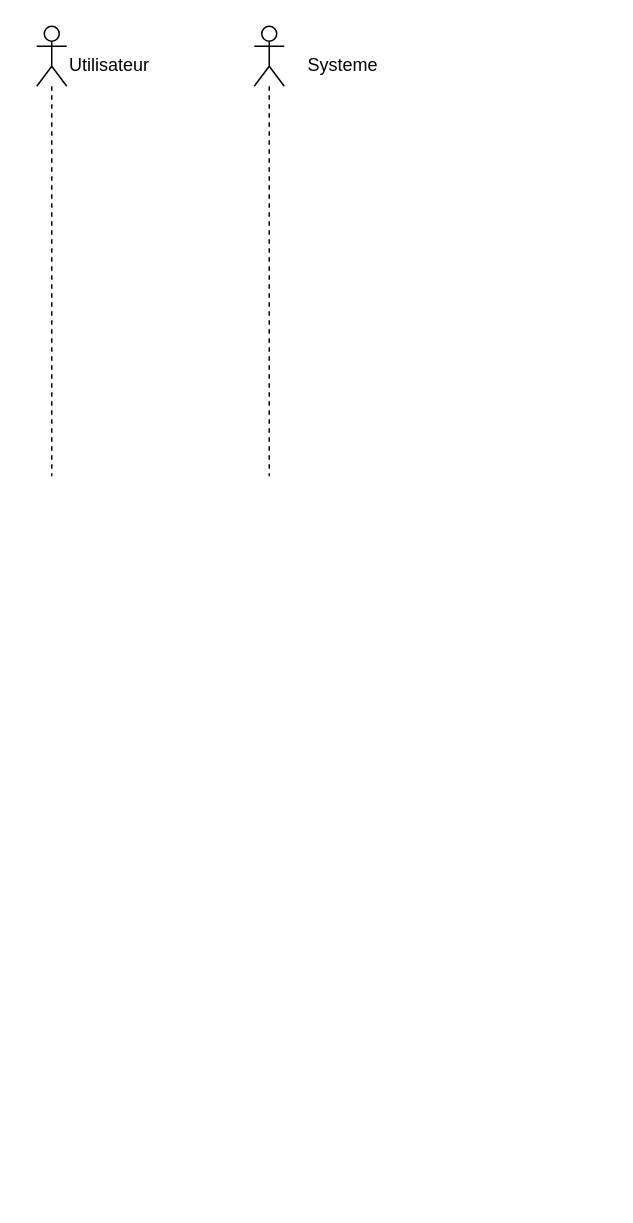
This is Projet VAPEUR.drawio from PorcTooGay/PROJET-VAPEUR-, a draw.io file, before an edit. Source tidied: cells renumbered, new cells numbered last; positions are measured from the earlier drawing's top-left corner, leaving out a move shared by most shapes. Both pictures are drawn from the tidied source at 150%, with x=0, y=0 at pixel (36, 26).
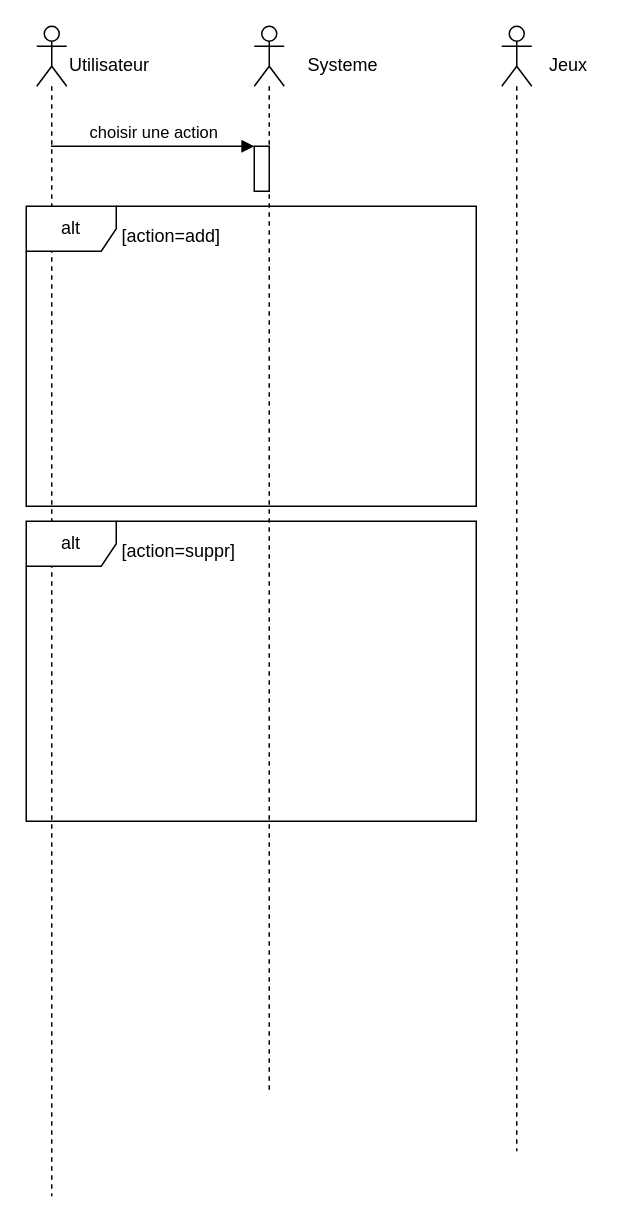
After the change.

Diff of the diagram source:
```diff
@@
 <mxGraphModel>
   <root>
     <mxCell id="0" />
     <mxCell id="1" parent="0" />
     <mxCell id="2" style="shape=umlLifeline;participant=umlActor;perimeter=lifelinePerimeter;whiteSpace=wrap;html=1;verticalAlign=top;spacingTop=36;labelBackgroundColor=#ffffff;outlineConnect=0;" parent="1" vertex="1">
-      <mxGeometry width="20" height="300" as="geometry" />
+      <mxGeometry width="20" height="780" as="geometry" />
     </mxCell>
     <mxCell id="3" style="shape=umlLifeline;participant=umlActor;perimeter=lifelinePerimeter;whiteSpace=wrap;html=1;verticalAlign=top;spacingTop=36;labelBackgroundColor=#ffffff;" parent="1" vertex="1">
-      <mxGeometry x="145" width="20" height="300" as="geometry" />
+      <mxGeometry x="145" width="20" height="710" as="geometry" />
     </mxCell>
     <mxCell id="4" value="&lt;div&gt;Utilisateur&lt;/div&gt;&lt;div&gt;&lt;br&gt;&lt;/div&gt;" style="text;html=1;align=left;verticalAlign=top;spacingTop=-4;" parent="1" vertex="1">
       <mxGeometry x="20" y="16" width="70" height="30" as="geometry" />
     </mxCell>
     <mxCell id="5" value="&lt;div&gt;Systeme&lt;/div&gt;" style="text;html=1;align=left;verticalAlign=top;spacingTop=-4;" parent="1" vertex="1">
       <mxGeometry x="179" y="16" width="60" height="20" as="geometry" />
     </mxCell>
+    <mxCell id="6" style="html=1;points=[];perimeter=orthogonalPerimeter;" parent="1" vertex="1">
+      <mxGeometry x="145" y="80" width="10" height="30" as="geometry" />
+    </mxCell>
+    <mxCell id="7" value="choisir une action" style="html=1;verticalAlign=bottom;endArrow=block;entryX=0;entryY=0;" parent="1" edge="1" source="2" target="6">
+      <mxGeometry relative="1" as="geometry" />
+    </mxCell>
+    <mxCell id="8" style="shape=umlLifeline;participant=umlActor;perimeter=lifelinePerimeter;whiteSpace=wrap;html=1;verticalAlign=top;spacingTop=36;labelBackgroundColor=#ffffff;" parent="1" vertex="1">
+      <mxGeometry x="310" width="20" height="750" as="geometry" />
+    </mxCell>
+    <mxCell id="9" value="Jeux" style="text;html=1;align=left;verticalAlign=top;spacingTop=-4;" parent="1" vertex="1">
+      <mxGeometry x="340" y="16" width="40" height="20" as="geometry" />
+    </mxCell>
+    <mxCell id="10" value="alt" style="shape=umlFrame;whiteSpace=wrap;html=1;" parent="1" vertex="1">
+      <mxGeometry x="-7" y="120" width="300" height="200" as="geometry" />
+    </mxCell>
+    <mxCell id="11" value="[action=add]" style="text;html=1;align=left;verticalAlign=top;spacingTop=-4;" parent="1" vertex="1">
+      <mxGeometry x="55" y="130" width="80" height="20" as="geometry" />
+    </mxCell>
+    <mxCell id="12" value="alt" style="shape=umlFrame;whiteSpace=wrap;html=1;" parent="1" vertex="1">
+      <mxGeometry x="-7" y="330" width="300" height="200" as="geometry" />
+    </mxCell>
+    <mxCell id="13" value="[action=suppr]" style="text;html=1;align=left;verticalAlign=top;spacingTop=-4;" parent="1" vertex="1">
+      <mxGeometry x="55" y="340" width="90" height="20" as="geometry" />
+    </mxCell>
   </root>
 </mxGraphModel>
```
